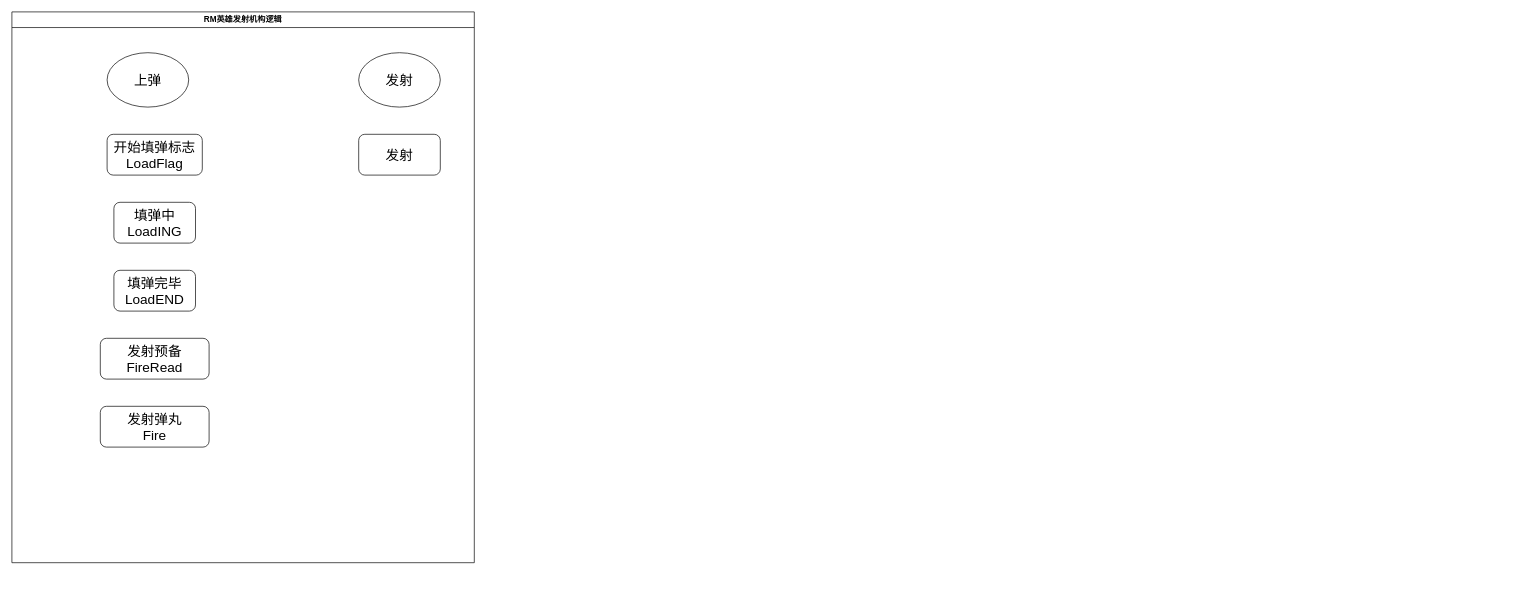
The draw.io diagram 英雄发射机构自动逻辑.drawio in Zhangziji-Cumulus/Cumulus_Notes, before the edit. Source tidied: cells renumbered, new cells numbered last; positions are measured from the earlier drawing's top-left corner, leaving out a move shared by most shapes. Both pictures are drawn from the tidied source at 68%, with x=0, y=0 at pixel (12, 12).
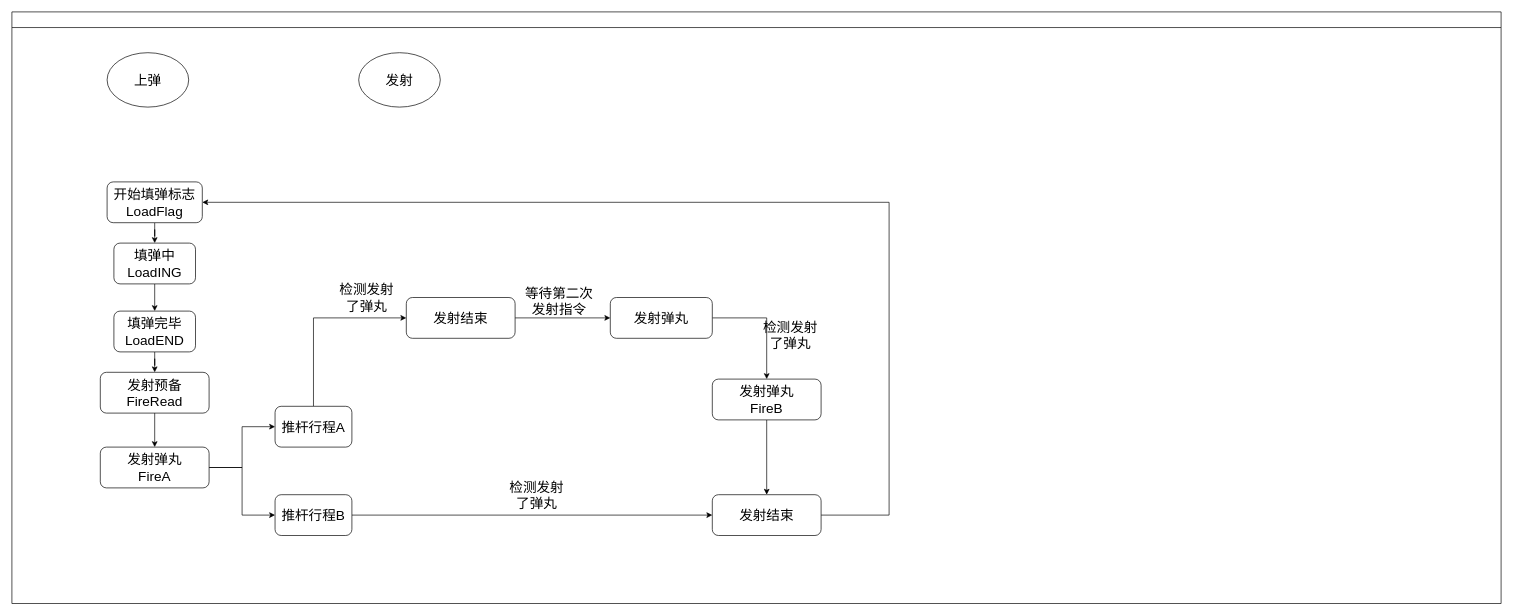
After the change.

Commit message (it also covers changes not shown here):
更新英雄发射机构自动逻辑.drawio

What changed in the source:
```diff
@@
-    <mxCell id="2" value="RM英雄发射机构逻辑" style="swimlane;whiteSpace=wrap;html=1;" parent="1" vertex="1">
-      <mxGeometry width="680" height="810" as="geometry" />
+    <mxCell id="2" style="swimlane;whiteSpace=wrap;html=1;" parent="1" vertex="1">
+      <mxGeometry width="2190" height="870" as="geometry" />
     </mxCell>
+    <mxCell id="11" style="edgeStyle=orthogonalEdgeStyle;rounded=0;jettySize=auto;html=1;entryX=0.5;entryY=0;entryDx=0;entryDy=0;" parent="2" edge="1" source="3" target="7">
+      <mxGeometry relative="1" as="geometry" />
+    </mxCell>
     <mxCell id="3" value="&lt;span style=&quot;font-size: 20px;&quot;&gt;开始填弹标志LoadFlag&lt;/span&gt;" style="rounded=1;whiteSpace=wrap;html=1;" parent="2" vertex="1">
-      <mxGeometry x="140" y="180" width="140" height="60" as="geometry" />
+      <mxGeometry x="140" y="250" width="140" height="60" as="geometry" />
     </mxCell>
-    <mxCell id="4" value="&lt;font style=&quot;font-size: 20px;&quot;&gt;发射&lt;/font&gt;" style="rounded=1;whiteSpace=wrap;html=1;" parent="2" vertex="1">
-      <mxGeometry x="510" y="180" width="120" height="60" as="geometry" />
-    </mxCell>
@@
+    <mxCell id="12" style="edgeStyle=orthogonalEdgeStyle;rounded=0;jettySize=auto;html=1;entryX=0.5;entryY=0;entryDx=0;entryDy=0;" parent="2" edge="1" source="7" target="8">
+      <mxGeometry relative="1" as="geometry" />
+    </mxCell>
     <mxCell id="7" value="&lt;span style=&quot;font-size: 20px;&quot;&gt;填弹中LoadING&lt;/span&gt;" style="rounded=1;whiteSpace=wrap;html=1;" parent="2" vertex="1">
-      <mxGeometry x="150" y="280" width="120" height="60" as="geometry" />
+      <mxGeometry x="150" y="340" width="120" height="60" as="geometry" />
     </mxCell>
+    <mxCell id="13" style="edgeStyle=orthogonalEdgeStyle;rounded=0;jettySize=auto;html=1;entryX=0.5;entryY=0;entryDx=0;entryDy=0;" parent="2" edge="1" source="8" target="9">
+      <mxGeometry relative="1" as="geometry" />
+    </mxCell>
     <mxCell id="8" value="&lt;span style=&quot;font-size: 20px;&quot;&gt;填弹完毕LoadEND&lt;/span&gt;" style="rounded=1;whiteSpace=wrap;html=1;" parent="2" vertex="1">
-      <mxGeometry x="150" y="380" width="120" height="60" as="geometry" />
+      <mxGeometry x="150" y="440" width="120" height="60" as="geometry" />
     </mxCell>
+    <mxCell id="14" style="edgeStyle=orthogonalEdgeStyle;rounded=0;jettySize=auto;html=1;" parent="2" edge="1" source="9" target="10">
+      <mxGeometry relative="1" as="geometry" />
+    </mxCell>
     <mxCell id="9" value="&lt;span style=&quot;font-size: 20px;&quot;&gt;发射预备FireRead&lt;/span&gt;" style="rounded=1;whiteSpace=wrap;html=1;" parent="2" vertex="1">
-      <mxGeometry x="130" y="480" width="160" height="60" as="geometry" />
+      <mxGeometry x="130" y="530" width="160" height="60" as="geometry" />
     </mxCell>
+    <mxCell id="15" style="edgeStyle=orthogonalEdgeStyle;rounded=0;jettySize=auto;html=1;entryX=0;entryY=0.5;entryDx=0;entryDy=0;" parent="2" edge="1" source="10" target="18">
+      <mxGeometry relative="1" as="geometry" />
+    </mxCell>
+    <mxCell id="16" style="edgeStyle=orthogonalEdgeStyle;rounded=0;jettySize=auto;html=1;entryX=0;entryY=0.5;entryDx=0;entryDy=0;" parent="2" edge="1" source="10" target="20">
+      <mxGeometry relative="1" as="geometry" />
+    </mxCell>
-    <mxCell id="10" value="&lt;span style=&quot;font-size: 20px;&quot;&gt;发射弹丸&lt;/span&gt;&lt;div&gt;&lt;span style=&quot;font-size: 20px;&quot;&gt;Fire&lt;/span&gt;&lt;/div&gt;" style="rounded=1;whiteSpace=wrap;html=1;" parent="2" vertex="1">
-      <mxGeometry x="130" y="580" width="160" height="60" as="geometry" />
+    <mxCell id="10" value="&lt;span style=&quot;font-size: 20px;&quot;&gt;发射弹丸&lt;/span&gt;&lt;div&gt;&lt;span style=&quot;font-size: 20px;&quot;&gt;FireA&lt;/span&gt;&lt;/div&gt;" style="rounded=1;whiteSpace=wrap;html=1;" parent="2" vertex="1">
+      <mxGeometry x="130" y="640" width="160" height="60" as="geometry" />
     </mxCell>
+    <mxCell id="17" style="edgeStyle=orthogonalEdgeStyle;rounded=0;jettySize=auto;html=1;exitX=0.5;exitY=0;exitDx=0;exitDy=0;entryX=0;entryY=0.5;entryDx=0;entryDy=0;" parent="2" edge="1" source="18" target="25">
+      <mxGeometry relative="1" as="geometry" />
+    </mxCell>
+    <mxCell id="18" value="&lt;span style=&quot;font-size: 20px;&quot;&gt;推杆行程A&lt;/span&gt;" style="rounded=1;whiteSpace=wrap;html=1;" parent="2" vertex="1">
+      <mxGeometry x="387" y="580" width="113" height="60" as="geometry" />
+    </mxCell>
+    <mxCell id="19" style="edgeStyle=orthogonalEdgeStyle;rounded=0;jettySize=auto;html=1;entryX=0;entryY=0.5;entryDx=0;entryDy=0;" parent="2" edge="1" source="20" target="30">
+      <mxGeometry relative="1" as="geometry" />
+    </mxCell>
+    <mxCell id="20" value="&lt;span style=&quot;font-size: 20px;&quot;&gt;推杆行程B&lt;/span&gt;" style="rounded=1;whiteSpace=wrap;html=1;" parent="2" vertex="1">
+      <mxGeometry x="387" y="710" width="113" height="60" as="geometry" />
+    </mxCell>
+    <mxCell id="21" value="&lt;span style=&quot;font-size: 20px;&quot;&gt;检测发射了弹丸&lt;/span&gt;" style="text;html=1;whiteSpace=wrap;strokeColor=none;fillColor=none;align=center;verticalAlign=middle;rounded=0;" parent="2" vertex="1">
+      <mxGeometry x="480" y="390" width="84" height="60" as="geometry" />
+    </mxCell>
+    <mxCell id="22" style="edgeStyle=orthogonalEdgeStyle;rounded=0;jettySize=auto;html=1;exitX=0.5;exitY=1;exitDx=0;exitDy=0;entryX=0.5;entryY=0;entryDx=0;entryDy=0;" parent="2" edge="1" source="23" target="30">
+      <mxGeometry relative="1" as="geometry" />
+    </mxCell>
+    <mxCell id="23" value="&lt;span style=&quot;font-size: 20px;&quot;&gt;发射弹丸&lt;/span&gt;&lt;div&gt;&lt;span style=&quot;font-size: 20px;&quot;&gt;FireB&lt;/span&gt;&lt;/div&gt;" style="rounded=1;whiteSpace=wrap;html=1;" parent="2" vertex="1">
+      <mxGeometry x="1030" y="540" width="160" height="60" as="geometry" />
+    </mxCell>
+    <mxCell id="24" style="edgeStyle=orthogonalEdgeStyle;rounded=0;jettySize=auto;html=1;exitX=1;exitY=0.5;exitDx=0;exitDy=0;entryX=0;entryY=0.5;entryDx=0;entryDy=0;" parent="2" edge="1" source="25" target="28">
+      <mxGeometry relative="1" as="geometry" />
+    </mxCell>
+    <mxCell id="25" value="&lt;span style=&quot;font-size: 20px;&quot;&gt;发射结束&lt;/span&gt;" style="rounded=1;whiteSpace=wrap;html=1;" parent="2" vertex="1">
+      <mxGeometry x="580" y="420" width="160" height="60" as="geometry" />
+    </mxCell>
+    <mxCell id="26" value="&lt;span style=&quot;font-size: 20px;&quot;&gt;检测发射了弹丸&lt;/span&gt;" style="text;html=1;whiteSpace=wrap;strokeColor=none;fillColor=none;align=center;verticalAlign=middle;rounded=0;" parent="2" vertex="1">
+      <mxGeometry x="1100" y="460" width="90" height="30" as="geometry" />
+    </mxCell>
+    <mxCell id="27" style="edgeStyle=orthogonalEdgeStyle;rounded=0;jettySize=auto;html=1;exitX=1;exitY=0.5;exitDx=0;exitDy=0;entryX=0.5;entryY=0;entryDx=0;entryDy=0;" parent="2" edge="1" source="28" target="23">
+      <mxGeometry relative="1" as="geometry" />
+    </mxCell>
+    <mxCell id="28" value="&lt;span style=&quot;font-size: 20px;&quot;&gt;发射弹丸&lt;/span&gt;" style="rounded=1;whiteSpace=wrap;html=1;" parent="2" vertex="1">
+      <mxGeometry x="880" y="420" width="150" height="60" as="geometry" />
+    </mxCell>
+    <mxCell id="29" style="edgeStyle=orthogonalEdgeStyle;rounded=0;jettySize=auto;html=1;exitX=1;exitY=0.5;exitDx=0;exitDy=0;entryX=1;entryY=0.5;entryDx=0;entryDy=0;" parent="2" edge="1" source="30" target="3">
+      <mxGeometry relative="1" as="geometry">
+        <Array as="points">
+          <mxPoint x="1290" y="740" />
+          <mxPoint x="1290" y="280" />
+        </Array>
+      </mxGeometry>
+    </mxCell>
+    <mxCell id="30" value="&lt;span style=&quot;font-size: 20px;&quot;&gt;发射结束&lt;/span&gt;" style="rounded=1;whiteSpace=wrap;html=1;" parent="2" vertex="1">
+      <mxGeometry x="1030" y="710" width="160" height="60" as="geometry" />
+    </mxCell>
+    <mxCell id="31" value="&lt;span style=&quot;font-size: 20px;&quot;&gt;等待第二次发射指令&lt;/span&gt;" style="text;html=1;whiteSpace=wrap;strokeColor=none;fillColor=none;align=center;verticalAlign=middle;rounded=0;" parent="2" vertex="1">
+      <mxGeometry x="750" y="410" width="110" height="30" as="geometry" />
+    </mxCell>
+    <mxCell id="32" value="&lt;span style=&quot;font-size: 20px;&quot;&gt;检测发射了弹丸&lt;/span&gt;" style="text;html=1;whiteSpace=wrap;strokeColor=none;fillColor=none;align=center;verticalAlign=middle;rounded=0;" parent="2" vertex="1">
+      <mxGeometry x="730" y="680" width="84" height="60" as="geometry" />
+    </mxCell>
```
